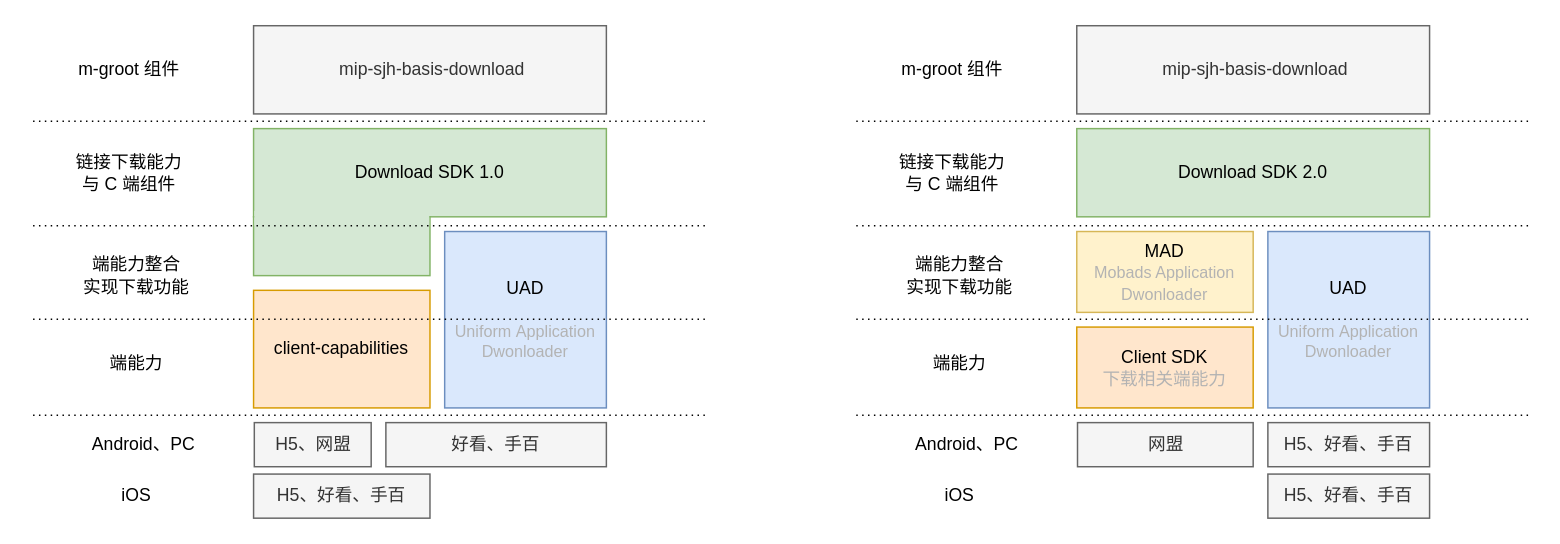
Before: 下载 SDK 架构.drawio in qqqqqcy/processon, a draw.io diagram. Source tidied: cells renumbered, new cells numbered last; positions are measured from the earlier drawing's top-left corner, leaving out a move shared by most shapes. Both pictures are drawn from the tidied source at 147%, with x=0, y=0 at pixel (32, 25).
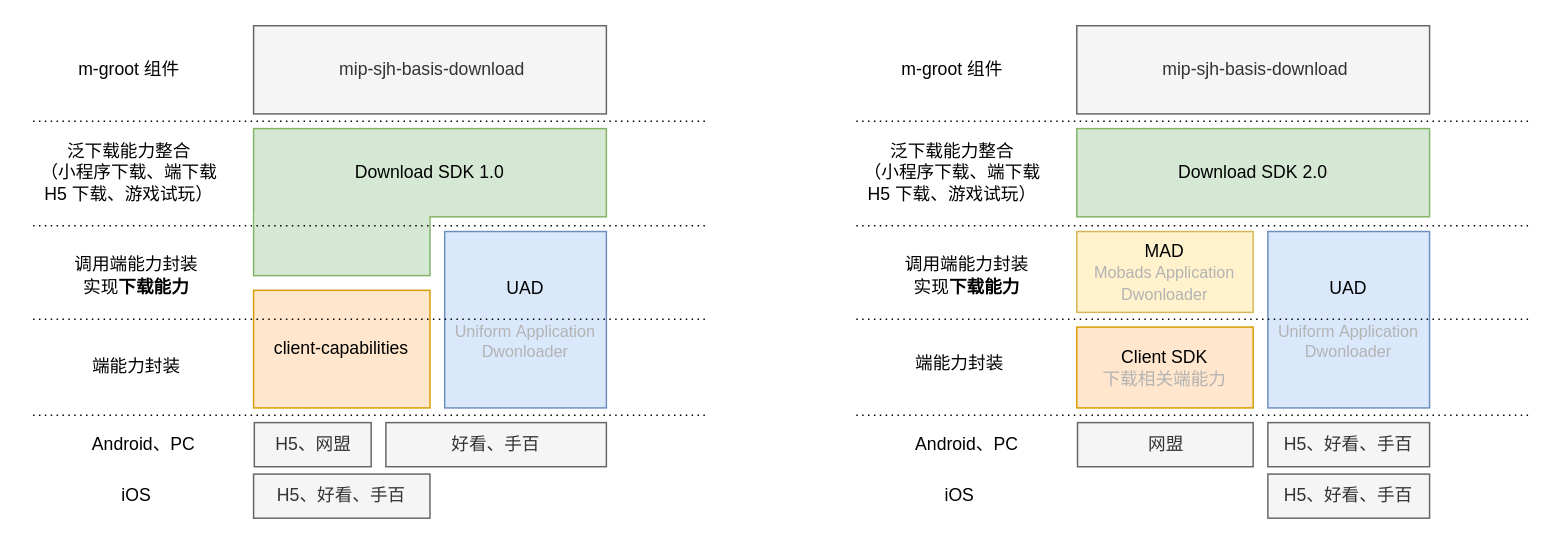
After the change.

Commit message:
更新下载 SDK 架构.drawio

Diff of the diagram source:
```diff
@@
-    <mxCell id="9" value="端能力整合&lt;br&gt;实现下载功能" style="text;html=1;align=center;verticalAlign=middle;strokeColor=none;" parent="1" vertex="1">
-      <mxGeometry x="25" y="155" width="90" height="30" as="geometry" />
+    <mxCell id="9" value="调用端能力封装&lt;br&gt;实现&lt;b&gt;下载能力&lt;/b&gt;" style="text;html=1;align=center;verticalAlign=middle;strokeColor=none;" parent="1" vertex="1">
+      <mxGeometry x="20" y="155" width="100" height="30" as="geometry" />
     </mxCell>
-    <mxCell id="10" value="端能力" style="text;html=1;align=center;verticalAlign=middle;strokeColor=none;" parent="1" vertex="1">
-      <mxGeometry x="45" y="220" width="50" height="20" as="geometry" />
+    <mxCell id="10" value="端能力封装" style="text;html=1;align=center;verticalAlign=middle;strokeColor=none;" parent="1" vertex="1">
+      <mxGeometry x="30" y="222" width="80" height="20" as="geometry" />
     </mxCell>
-    <mxCell id="11" value="链接下载能力&lt;br&gt;与 C 端组件" style="text;html=1;align=center;verticalAlign=middle;strokeColor=none;" parent="1" vertex="1">
-      <mxGeometry x="20" y="85" width="90" height="30" as="geometry" />
+    <mxCell id="11" value="泛下载能力整合&lt;br&gt;（小程序下载、端下载&lt;br&gt;H5 下载、游戏试玩）" style="text;html=1;align=center;verticalAlign=middle;strokeColor=none;" parent="1" vertex="1">
+      <mxGeometry x="-5" y="75" width="140" height="50" as="geometry" />
     </mxCell>
@@
-    <mxCell id="20" value="端能力整合&lt;br&gt;实现下载功能" style="text;html=1;align=center;verticalAlign=middle;strokeColor=none;" parent="1" vertex="1">
-      <mxGeometry x="585" y="155" width="90" height="30" as="geometry" />
-    </mxCell>
-    <mxCell id="21" value="端能力" style="text;html=1;align=center;verticalAlign=middle;strokeColor=none;" parent="1" vertex="1">
-      <mxGeometry x="605" y="220" width="50" height="20" as="geometry" />
+    <mxCell id="21" value="端能力封装" style="text;html=1;align=center;verticalAlign=middle;strokeColor=none;" parent="1" vertex="1">
+      <mxGeometry x="590" y="220" width="80" height="20" as="geometry" />
     </mxCell>
-    <mxCell id="22" value="链接下载能力&lt;br&gt;与 C 端组件" style="text;html=1;align=center;verticalAlign=middle;strokeColor=none;" parent="1" vertex="1">
-      <mxGeometry x="580" y="85" width="90" height="30" as="geometry" />
-    </mxCell>
@@
+    <mxCell id="39" value="调用端能力封装&lt;br&gt;实现&lt;b&gt;下载能力&lt;/b&gt;" style="text;html=1;align=center;verticalAlign=middle;strokeColor=none;" parent="1" vertex="1">
+      <mxGeometry x="585" y="155" width="100" height="30" as="geometry" />
+    </mxCell>
+    <mxCell id="40" value="泛下载能力整合&lt;br&gt;（小程序下载、端下载&lt;br&gt;H5 下载、游戏试玩）" style="text;html=1;align=center;verticalAlign=middle;strokeColor=none;" parent="1" vertex="1">
+      <mxGeometry x="555" y="75" width="140" height="50" as="geometry" />
+    </mxCell>
```
